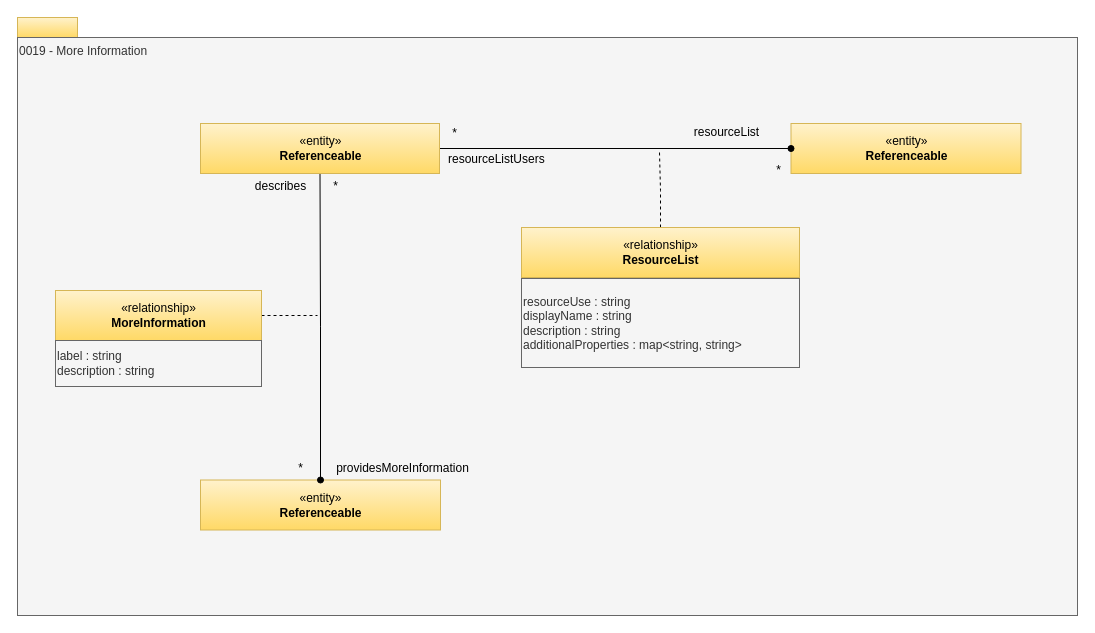
This is page "0019-More-Information" (14 of 33) of site/docs/types/0/area-0-basic-types-and-infrastructure.drawio from odpi/egeria-docs, a draw.io file, before an edit. Source tidied: cells renumbered, new cells numbered last; positions are measured from the earlier drawing's top-left corner, leaving out a move shared by most shapes. Both pictures are drawn from the tidied source at 100%, with x=0, y=0 at pixel (17, 17).
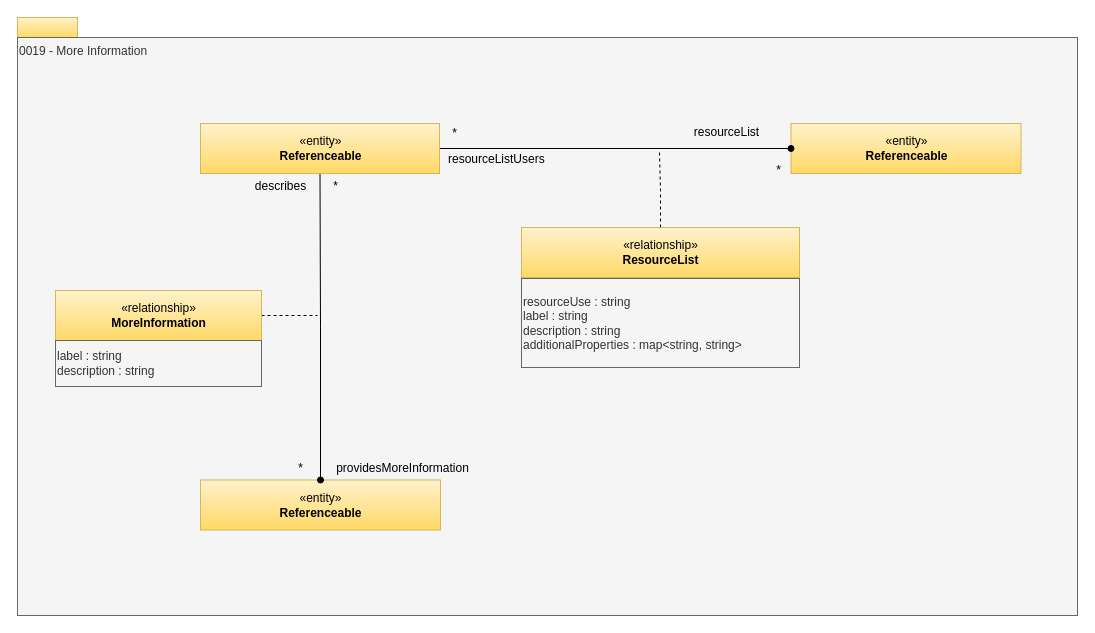
The same diagram, later.

What changed in the source:
```diff
@@
-    <mxCell id="22" value="resourceUse : string&lt;div&gt;displayName : string&lt;br&gt;description : string&lt;br&gt;additionalProperties : map&amp;lt;string, string&amp;gt;&lt;br&gt;&lt;/div&gt;" style="rounded=0;whiteSpace=wrap;html=1;strokeColor=#666666;align=left;fillColor=#f5f5f5;fontColor=#333333;" parent="1" vertex="1">
+    <mxCell id="22" value="resourceUse : string&lt;div&gt;label : string&lt;br&gt;description : string&lt;br&gt;additionalProperties : map&amp;lt;string, string&amp;gt;&lt;br&gt;&lt;/div&gt;" style="rounded=0;whiteSpace=wrap;html=1;strokeColor=#666666;align=left;fillColor=#f5f5f5;fontColor=#333333;" parent="1" vertex="1">
       <mxGeometry x="504" y="261" width="278" height="89" as="geometry" />
     </mxCell>
```
